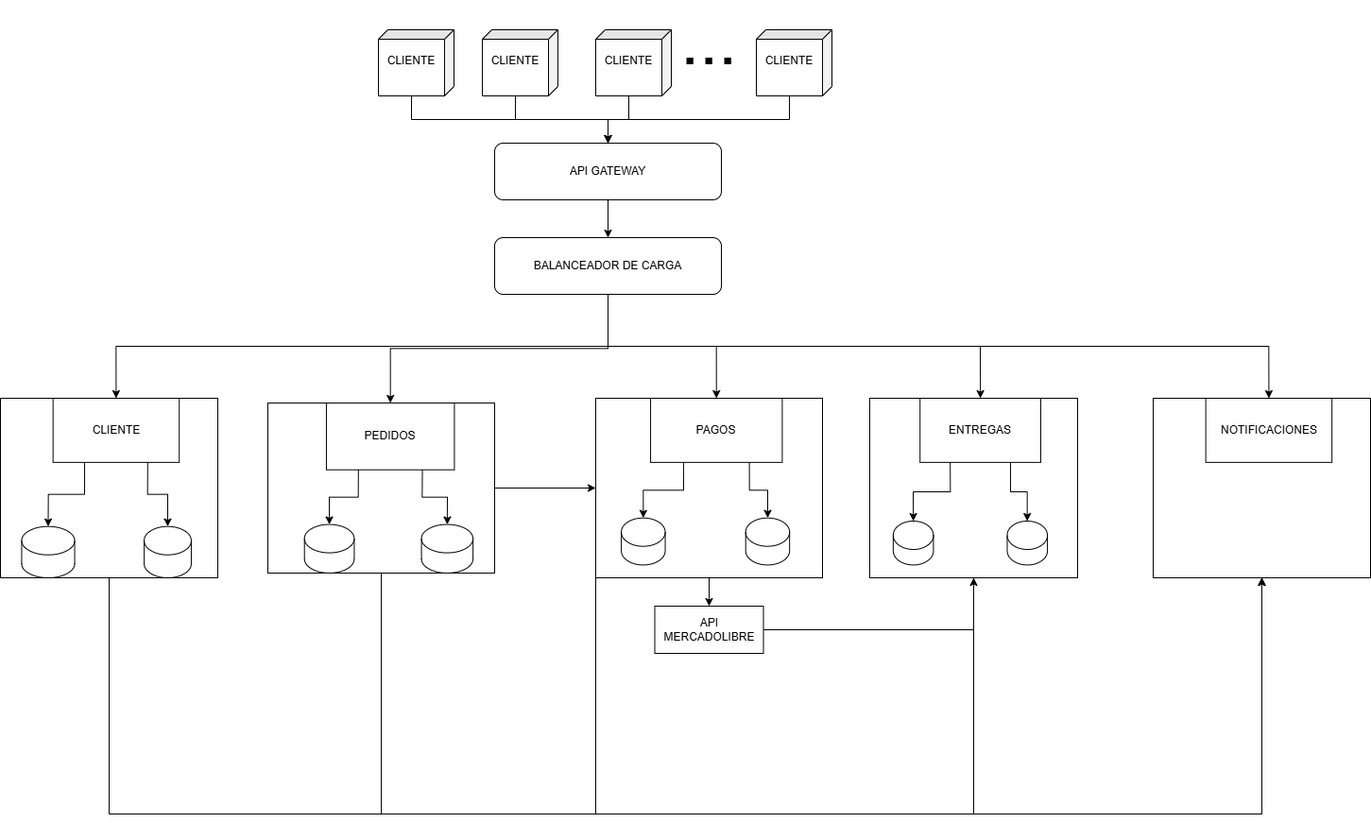
Above: docs/imagenes/0002-Diagrama-de-Allocation.png in Adanzin/TPE_DISE-O (draw.io), before the change. Source tidied: cells renumbered, new cells last; positions are measured from the earlier drawing's top-left corner, leaving out a move shared by most shapes.
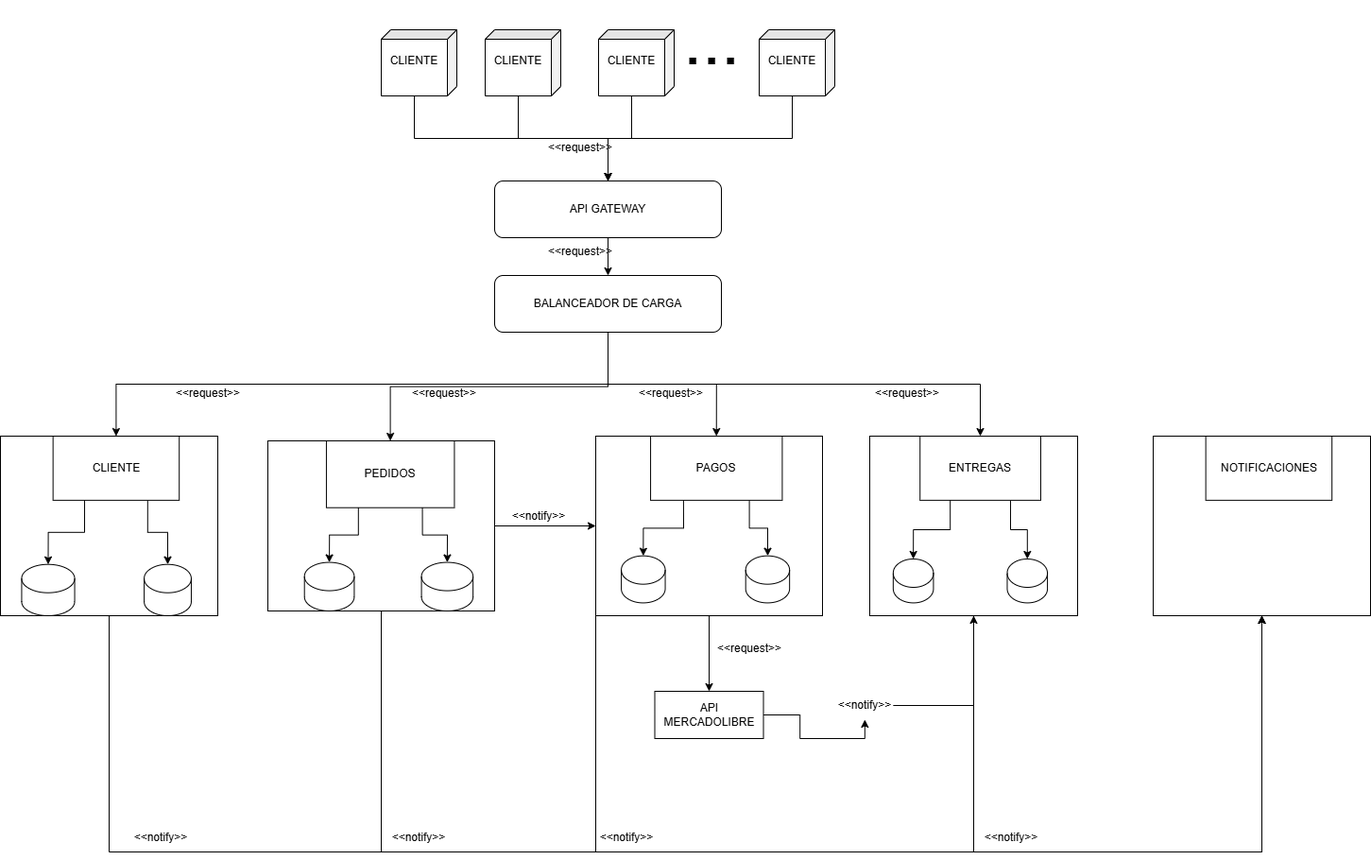
After the change.

Commit message:
0004-Diagramas-Finales-del-sistema

Diff of the diagram source:
```diff
@@ -6,42 +6,39 @@
       <mxGeometry relative="1" as="geometry" />
     </mxCell>
     <mxCell id="3" value="&#10;&lt;span style=&quot;color: rgb(0, 0, 0); font-family: Helvetica; font-size: 12px; font-style: normal; font-variant-ligatures: normal; font-variant-caps: normal; font-weight: 400; letter-spacing: normal; orphans: 2; text-align: center; text-indent: 0px; text-transform: none; widows: 2; word-spacing: 0px; -webkit-text-stroke-width: 0px; white-space: normal; background-color: rgb(251, 251, 251); text-decoration-thickness: initial; text-decoration-style: initial; text-decoration-color: initial; display: inline !important; float: none;&quot;&gt;CLIENTE&lt;/span&gt;&#10;&#10;" style="shape=cube;whiteSpace=wrap;html=1;boundedLbl=1;backgroundOutline=1;darkOpacity=0.05;darkOpacity2=0.1;rotation=0;size=10;direction=south;" parent="1" vertex="1">
-      <mxGeometry x="400" width="80" height="70" as="geometry" />
+      <mxGeometry x="403" y="-40" width="80" height="70" as="geometry" />
     </mxCell>
     <mxCell id="4" style="edgeStyle=orthogonalEdgeStyle;rounded=0;jettySize=auto;html=1;exitX=0;exitY=0;exitDx=70;exitDy=45;exitPerimeter=0;entryX=0.5;entryY=0;entryDx=0;entryDy=0;" parent="1" edge="1" source="5" target="53">
       <mxGeometry relative="1" as="geometry" />
     </mxCell>
     <mxCell id="5" value="&#10;&lt;span style=&quot;color: rgb(0, 0, 0); font-family: Helvetica; font-size: 12px; font-style: normal; font-variant-ligatures: normal; font-variant-caps: normal; font-weight: 400; letter-spacing: normal; orphans: 2; text-align: center; text-indent: 0px; text-transform: none; widows: 2; word-spacing: 0px; -webkit-text-stroke-width: 0px; white-space: normal; background-color: rgb(251, 251, 251); text-decoration-thickness: initial; text-decoration-style: initial; text-decoration-color: initial; display: inline !important; float: none;&quot;&gt;CLIENTE&lt;/span&gt;&#10;&#10;" style="shape=cube;whiteSpace=wrap;html=1;boundedLbl=1;backgroundOutline=1;darkOpacity=0.05;darkOpacity2=0.1;rotation=0;size=10;direction=south;" parent="1" vertex="1">
-      <mxGeometry x="510" width="80" height="70" as="geometry" />
+      <mxGeometry x="513" y="-40" width="80" height="70" as="geometry" />
     </mxCell>
     <mxCell id="6" style="edgeStyle=orthogonalEdgeStyle;rounded=0;jettySize=auto;html=1;exitX=0;exitY=0;exitDx=70;exitDy=45;exitPerimeter=0;entryX=0.5;entryY=0;entryDx=0;entryDy=0;" parent="1" edge="1" source="7" target="53">
       <mxGeometry relative="1" as="geometry" />
     </mxCell>
     <mxCell id="7" value="&#10;&lt;span style=&quot;color: rgb(0, 0, 0); font-family: Helvetica; font-size: 12px; font-style: normal; font-variant-ligatures: normal; font-variant-caps: normal; font-weight: 400; letter-spacing: normal; orphans: 2; text-align: center; text-indent: 0px; text-transform: none; widows: 2; word-spacing: 0px; -webkit-text-stroke-width: 0px; white-space: normal; background-color: rgb(251, 251, 251); text-decoration-thickness: initial; text-decoration-style: initial; text-decoration-color: initial; display: inline !important; float: none;&quot;&gt;CLIENTE&lt;/span&gt;&#10;&#10;" style="shape=cube;whiteSpace=wrap;html=1;boundedLbl=1;backgroundOutline=1;darkOpacity=0.05;darkOpacity2=0.1;rotation=0;size=10;direction=south;" parent="1" vertex="1">
-      <mxGeometry x="630" width="80" height="70" as="geometry" />
+      <mxGeometry x="633" y="-40" width="80" height="70" as="geometry" />
     </mxCell>
     <mxCell id="8" value="&lt;font style=&quot;font-size: 72px;&quot;&gt;...&lt;/font&gt;&lt;div&gt;&lt;font style=&quot;font-size: 72px;&quot;&gt;&lt;br&gt;&lt;/font&gt;&lt;/div&gt;" style="text;html=1;align=center;verticalAlign=middle;whiteSpace=wrap;rounded=0;" parent="1" vertex="1">
-      <mxGeometry x="720" y="40" width="60" height="30" as="geometry" />
+      <mxGeometry x="723" width="60" height="30" as="geometry" />
     </mxCell>
     <mxCell id="9" style="edgeStyle=orthogonalEdgeStyle;rounded=0;jettySize=auto;html=1;exitX=0;exitY=0;exitDx=70;exitDy=45;exitPerimeter=0;" parent="1" edge="1" source="10" target="53">
       <mxGeometry relative="1" as="geometry" />
     </mxCell>
     <mxCell id="10" value="&#10;&lt;span style=&quot;color: rgb(0, 0, 0); font-family: Helvetica; font-size: 12px; font-style: normal; font-variant-ligatures: normal; font-variant-caps: normal; font-weight: 400; letter-spacing: normal; orphans: 2; text-align: center; text-indent: 0px; text-transform: none; widows: 2; word-spacing: 0px; -webkit-text-stroke-width: 0px; white-space: normal; background-color: rgb(251, 251, 251); text-decoration-thickness: initial; text-decoration-style: initial; text-decoration-color: initial; display: inline !important; float: none;&quot;&gt;CLIENTE&lt;/span&gt;&#10;&#10;" style="shape=cube;whiteSpace=wrap;html=1;boundedLbl=1;backgroundOutline=1;darkOpacity=0.05;darkOpacity2=0.1;rotation=0;size=10;direction=south;" parent="1" vertex="1">
-      <mxGeometry x="800" width="80" height="70" as="geometry" />
+      <mxGeometry x="803" y="-40" width="80" height="70" as="geometry" />
     </mxCell>
+    <mxCell id="12" style="edgeStyle=orthogonalEdgeStyle;rounded=0;jettySize=auto;html=1;exitX=0.5;exitY=1;exitDx=0;exitDy=0;entryX=0.5;entryY=0;entryDx=0;entryDy=0;" parent="1" edge="1" source="16" target="22">
+      <mxGeometry relative="1" as="geometry" />
+    </mxCell>
-    <mxCell id="11" style="edgeStyle=orthogonalEdgeStyle;rounded=0;jettySize=auto;html=1;exitX=0.5;exitY=1;exitDx=0;exitDy=0;entryX=0.5;entryY=0;entryDx=0;entryDy=0;" parent="1" edge="1" source="16" target="26">
+    <mxCell id="11" style="edgeStyle=orthogonalEdgeStyle;rounded=0;jettySize=auto;html=1;exitX=0.5;exitY=1;exitDx=0;exitDy=0;" parent="1" edge="1" source="16" target="26">
       <mxGeometry relative="1" as="geometry" />
     </mxCell>
-    <mxCell id="12" style="edgeStyle=orthogonalEdgeStyle;rounded=0;jettySize=auto;html=1;exitX=0.5;exitY=1;exitDx=0;exitDy=0;entryX=0.5;entryY=0;entryDx=0;entryDy=0;" parent="1" edge="1" source="16" target="22">
-      <mxGeometry relative="1" as="geometry" />
-    </mxCell>
     <mxCell id="13" style="edgeStyle=orthogonalEdgeStyle;rounded=0;jettySize=auto;html=1;exitX=0.5;exitY=1;exitDx=0;exitDy=0;entryX=0.5;entryY=0;entryDx=0;entryDy=0;" parent="1" edge="1" source="16" target="36">
       <mxGeometry relative="1" as="geometry" />
     </mxCell>
-    <mxCell id="14" style="edgeStyle=orthogonalEdgeStyle;rounded=0;jettySize=auto;html=1;exitX=0.5;exitY=1;exitDx=0;exitDy=0;entryX=0.5;entryY=0;entryDx=0;entryDy=0;" parent="1" edge="1" source="16" target="40">
-      <mxGeometry relative="1" as="geometry" />
-    </mxCell>
-    <mxCell id="15" style="edgeStyle=orthogonalEdgeStyle;rounded=0;jettySize=auto;html=1;exitX=0.5;exitY=1;exitDx=0;exitDy=0;entryX=0.5;entryY=0;entryDx=0;entryDy=0;" parent="1" edge="1" source="16" target="49">
+    <mxCell id="15" style="edgeStyle=orthogonalEdgeStyle;rounded=0;jettySize=auto;html=1;exitX=0.5;exitY=1;exitDx=0;exitDy=0;" parent="1" edge="1" source="16" target="49">
       <mxGeometry relative="1" as="geometry" />
     </mxCell>
     <mxCell id="16" value="&lt;div&gt;BALANCEADOR DE CARGA&lt;/div&gt;" style="rounded=1;whiteSpace=wrap;html=1;" parent="1" vertex="1">
@@ -119,11 +116,11 @@
     <mxCell id="40" value="NOTIFICACIONES" style="rounded=0;whiteSpace=wrap;html=1;" parent="38" vertex="1">
       <mxGeometry x="55.6" width="133.5" height="67.9" as="geometry" />
     </mxCell>
-    <mxCell id="41" style="edgeStyle=orthogonalEdgeStyle;rounded=0;jettySize=auto;html=1;exitX=1;exitY=0.5;exitDx=0;exitDy=0;entryX=0.5;entryY=1;entryDx=0;entryDy=0;" parent="1" edge="1" source="42" target="45">
+    <mxCell id="41" style="edgeStyle=orthogonalEdgeStyle;rounded=0;jettySize=auto;html=1;exitX=1;exitY=0.5;exitDx=0;exitDy=0;entryX=0.5;entryY=1;entryDx=0;entryDy=0;" parent="1" edge="1" source="69" target="45">
       <mxGeometry relative="1" as="geometry" />
     </mxCell>
     <mxCell id="42" value="API MERCADOLIBRE" style="rounded=0;whiteSpace=wrap;html=1;" parent="1" vertex="1">
-      <mxGeometry x="692.5" y="610" width="115" height="50" as="geometry" />
+      <mxGeometry x="692.5" y="660" width="115" height="50" as="geometry" />
     </mxCell>
     <mxCell id="43" style="edgeStyle=orthogonalEdgeStyle;rounded=0;jettySize=auto;html=1;" parent="1" edge="1" source="32" target="42">
       <mxGeometry relative="1" as="geometry" />
@@ -190,5 +187,47 @@
         </Array>
       </mxGeometry>
     </mxCell>
+    <mxCell id="58" value="&amp;lt;&amp;lt;request&amp;gt;&amp;gt;" style="text;html=1;align=center;verticalAlign=middle;whiteSpace=wrap;rounded=0;" parent="1" vertex="1">
+      <mxGeometry x="584" y="70" width="60" height="30" as="geometry" />
+    </mxCell>
+    <mxCell id="59" value="&amp;lt;&amp;lt;request&amp;gt;&amp;gt;" style="text;html=1;align=center;verticalAlign=middle;whiteSpace=wrap;rounded=0;" parent="1" vertex="1">
+      <mxGeometry x="584" y="180" width="60" height="30" as="geometry" />
+    </mxCell>
+    <mxCell id="60" value="&amp;lt;&amp;lt;request&amp;gt;&amp;gt;" style="text;html=1;align=center;verticalAlign=middle;whiteSpace=wrap;rounded=0;" parent="1" vertex="1">
+      <mxGeometry x="190" y="330" width="60" height="30" as="geometry" />
+    </mxCell>
+    <mxCell id="61" value="&amp;lt;&amp;lt;request&amp;gt;&amp;gt;" style="text;html=1;align=center;verticalAlign=middle;whiteSpace=wrap;rounded=0;" parent="1" vertex="1">
+      <mxGeometry x="440" y="330" width="60" height="30" as="geometry" />
+    </mxCell>
+    <mxCell id="62" value="&amp;lt;&amp;lt;notify&amp;gt;&amp;gt;" style="text;html=1;align=center;verticalAlign=middle;whiteSpace=wrap;rounded=0;" parent="1" vertex="1">
+      <mxGeometry x="1040" y="800" width="60" height="30" as="geometry" />
+    </mxCell>
+    <mxCell id="63" value="&amp;lt;&amp;lt;notify&amp;gt;&amp;gt;" style="text;html=1;align=center;verticalAlign=middle;whiteSpace=wrap;rounded=0;" parent="1" vertex="1">
+      <mxGeometry x="633" y="800" width="60" height="30" as="geometry" />
+    </mxCell>
+    <mxCell id="64" value="&amp;lt;&amp;lt;notify&amp;gt;&amp;gt;" style="text;html=1;align=center;verticalAlign=middle;whiteSpace=wrap;rounded=0;" parent="1" vertex="1">
+      <mxGeometry x="413" y="800" width="60" height="30" as="geometry" />
+    </mxCell>
+    <mxCell id="65" value="&amp;lt;&amp;lt;notify&amp;gt;&amp;gt;" style="text;html=1;align=center;verticalAlign=middle;whiteSpace=wrap;rounded=0;" parent="1" vertex="1">
+      <mxGeometry x="140" y="800" width="60" height="30" as="geometry" />
+    </mxCell>
+    <mxCell id="66" value="&amp;lt;&amp;lt;notify&amp;gt;&amp;gt;" style="text;html=1;align=center;verticalAlign=middle;whiteSpace=wrap;rounded=0;" parent="1" vertex="1">
+      <mxGeometry x="540" y="460" width="60" height="30" as="geometry" />
+    </mxCell>
+    <mxCell id="67" value="&amp;lt;&amp;lt;request&amp;gt;&amp;gt;" style="text;html=1;align=center;verticalAlign=middle;whiteSpace=wrap;rounded=0;" parent="1" vertex="1">
+      <mxGeometry x="763" y="599.5" width="60" height="30" as="geometry" />
+    </mxCell>
+    <mxCell id="68" style="edgeStyle=orthogonalEdgeStyle;rounded=0;jettySize=auto;html=1;exitX=1;exitY=0.5;exitDx=0;exitDy=0;entryX=0.5;entryY=1;entryDx=0;entryDy=0;" parent="1" edge="1" source="42" target="69">
+      <mxGeometry relative="1" as="geometry" />
+    </mxCell>
+    <mxCell id="69" value="&amp;lt;&amp;lt;notify&amp;gt;&amp;gt;" style="text;html=1;align=center;verticalAlign=middle;whiteSpace=wrap;rounded=0;" parent="1" vertex="1">
+      <mxGeometry x="884.8" y="660" width="60" height="30" as="geometry" />
+    </mxCell>
+    <mxCell id="70" value="&amp;lt;&amp;lt;request&amp;gt;&amp;gt;" style="text;html=1;align=center;verticalAlign=middle;whiteSpace=wrap;rounded=0;" parent="1" vertex="1">
+      <mxGeometry x="930" y="330" width="60" height="30" as="geometry" />
+    </mxCell>
+    <mxCell id="71" value="&amp;lt;&amp;lt;request&amp;gt;&amp;gt;" style="text;html=1;align=center;verticalAlign=middle;whiteSpace=wrap;rounded=0;" parent="1" vertex="1">
+      <mxGeometry x="680" y="330" width="60" height="30" as="geometry" />
+    </mxCell>
   </root>
 </mxGraphModel>
```
